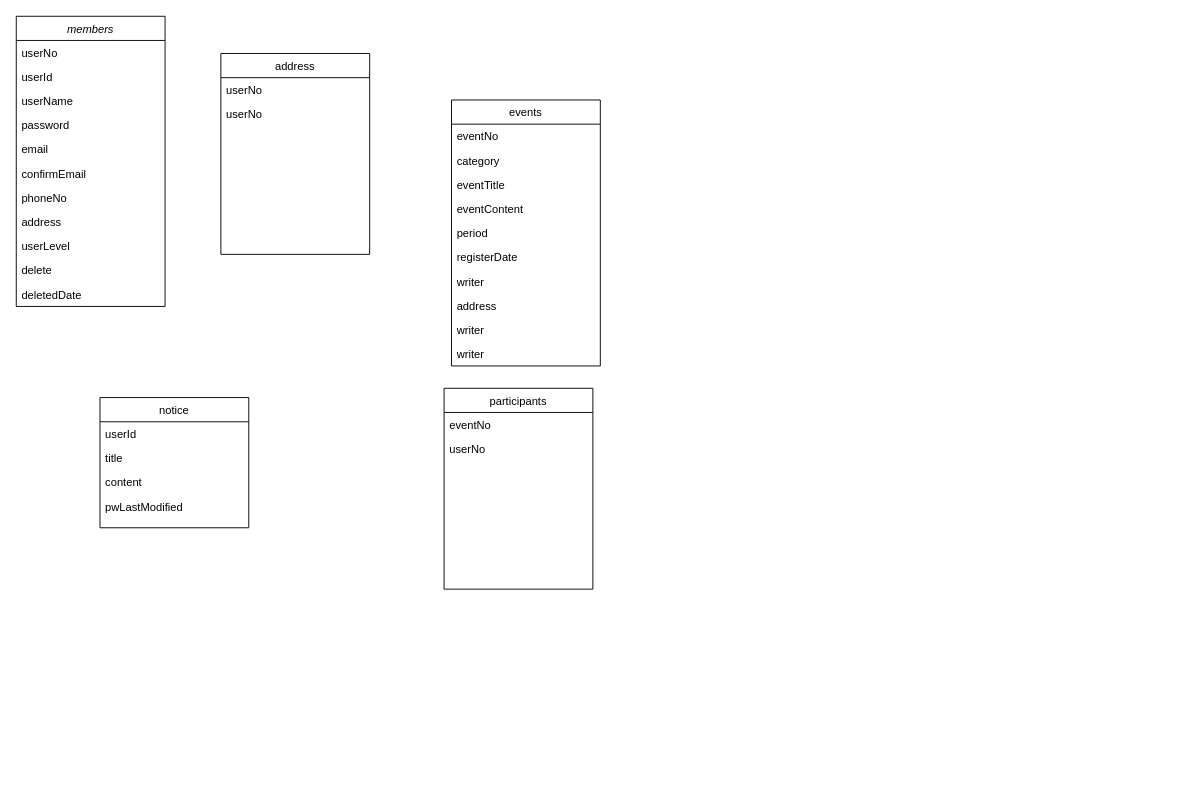
The draw.io diagram images/posts/Untitled Diagram.drawio in Yo0oN/Yo0oN.github.io, before the edit. Source tidied: cells renumbered, new cells numbered last; positions are measured from the earlier drawing's top-left corner, leaving out a move shared by most shapes. Both pictures are drawn from the tidied source at 93%, with x=0, y=0 at pixel (16, 16).
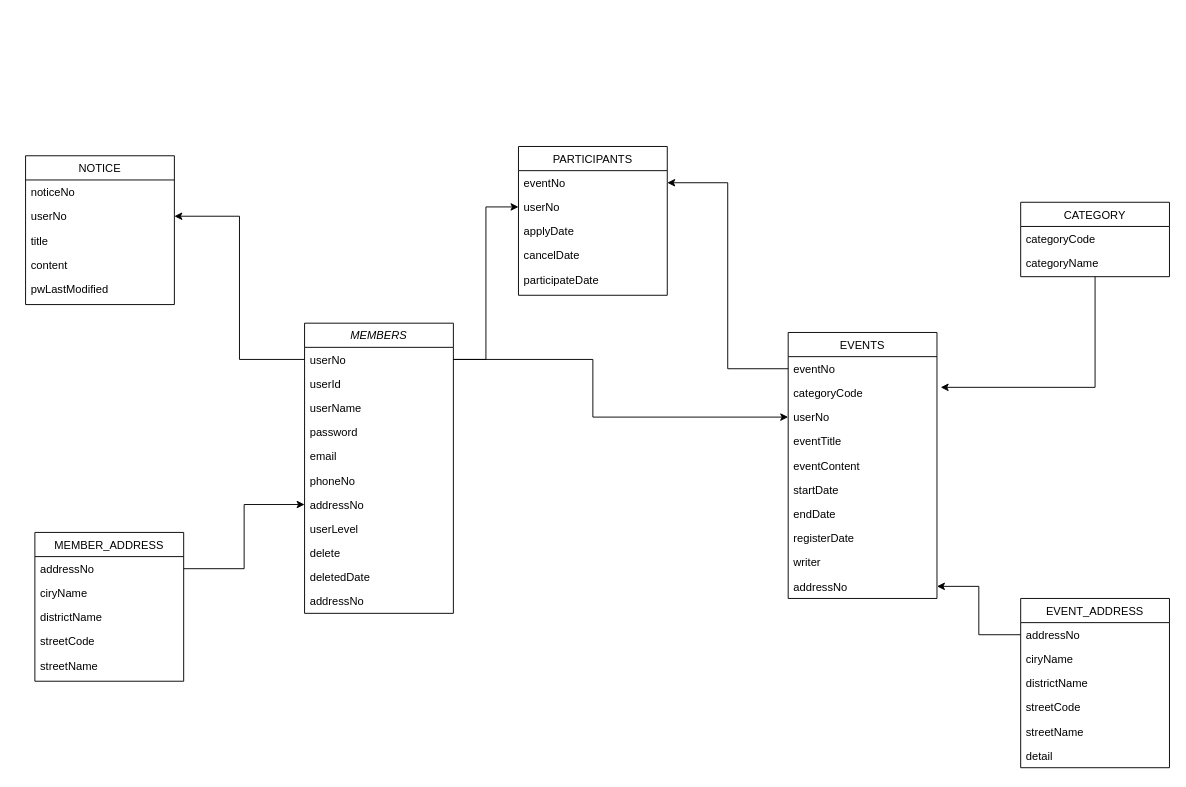
After the change.

The change refers to these unchanged cells:
```xml
<mxCell id="3" value="userNo" style="text;align=left;verticalAlign=top;spacingLeft=4;spacingRight=4;overflow=hidden;points=[[0,0.5],[1,0.5]];portConstraint=eastwest;whiteSpace=wrap;comic=0;" parent="2" vertex="1">
  <mxGeometry y="26" width="160" height="26" as="geometry" />
</mxCell>
<mxCell id="15" value="eventNo" style="text;align=left;verticalAlign=top;spacingLeft=4;spacingRight=4;overflow=hidden;points=[[0,0.5],[1,0.5]];portConstraint=eastwest;" parent="14" vertex="1">
  <mxGeometry y="26" width="160" height="26" as="geometry" />
</mxCell>
<mxCell id="31" value="eventNo" style="text;align=left;verticalAlign=top;spacingLeft=4;spacingRight=4;overflow=hidden;points=[[0,0.5],[1,0.5]];portConstraint=eastwest;" parent="30" vertex="1">
  <mxGeometry y="26" width="160" height="26" as="geometry" />
</mxCell>
<mxCell id="32" value="userNo" style="text;align=left;verticalAlign=top;spacingLeft=4;spacingRight=4;overflow=hidden;points=[[0,0.5],[1,0.5]];portConstraint=eastwest;shadow=0;html=0;" parent="30" vertex="1">
  <mxGeometry y="52" width="160" height="26" as="geometry" />
</mxCell>
```

Diff of the diagram source:
```diff
@@
-    <mxCell id="2" value="members" style="swimlane;fontStyle=2;align=center;verticalAlign=top;horizontal=1;startSize=26;shadow=0;strokeWidth=1;" parent="1" vertex="1">
-      <mxGeometry width="160" height="312" as="geometry" />
+    <mxCell id="2" value="MEMBERS" style="swimlane;fontStyle=2;align=center;verticalAlign=top;horizontal=1;startSize=26;shadow=0;strokeWidth=1;" parent="1" vertex="1">
+      <mxGeometry x="310" y="330" width="160" height="312" as="geometry" />
     </mxCell>
@@
-    <mxCell id="8" value="confirmEmail" style="text;align=left;verticalAlign=top;spacingLeft=4;spacingRight=4;overflow=hidden;shadow=0;html=0;" parent="2" vertex="1">
-      <mxGeometry y="156" width="160" height="26" as="geometry" />
-    </mxCell>
     <mxCell id="9" value="phoneNo" style="text;align=left;verticalAlign=top;spacingLeft=4;spacingRight=4;overflow=hidden;shadow=0;html=0;" parent="2" vertex="1">
-      <mxGeometry y="182" width="160" height="26" as="geometry" />
+      <mxGeometry y="156" width="160" height="26" as="geometry" />
     </mxCell>
-    <mxCell id="10" value="address" style="text;align=left;verticalAlign=top;spacingLeft=4;spacingRight=4;overflow=hidden;points=[[0,0.5],[1,0.5]];portConstraint=eastwest;shadow=0;html=0;" parent="2" vertex="1">
-      <mxGeometry y="208" width="160" height="26" as="geometry" />
+    <mxCell id="10" value="addressNo" style="text;align=left;verticalAlign=top;spacingLeft=4;spacingRight=4;overflow=hidden;points=[[0,0.5],[1,0.5]];portConstraint=eastwest;shadow=0;html=0;" parent="2" vertex="1">
+      <mxGeometry y="182" width="160" height="26" as="geometry" />
     </mxCell>
     <mxCell id="11" value="userLevel" style="text;align=left;verticalAlign=top;spacingLeft=4;spacingRight=4;overflow=hidden;shadow=0;html=0;" parent="2" vertex="1">
-      <mxGeometry y="234" width="160" height="26" as="geometry" />
+      <mxGeometry y="208" width="160" height="26" as="geometry" />
     </mxCell>
     <mxCell id="12" value="delete" style="text;align=left;verticalAlign=top;spacingLeft=4;spacingRight=4;overflow=hidden;shadow=0;html=0;" parent="2" vertex="1">
-      <mxGeometry y="260" width="160" height="26" as="geometry" />
+      <mxGeometry y="234" width="160" height="26" as="geometry" />
     </mxCell>
     <mxCell id="13" value="deletedDate" style="text;align=left;verticalAlign=top;spacingLeft=4;spacingRight=4;overflow=hidden;shadow=0;html=0;" parent="2" vertex="1">
-      <mxGeometry y="286" width="160" height="26" as="geometry" />
+      <mxGeometry y="260" width="160" height="26" as="geometry" />
     </mxCell>
+    <mxCell id="36" value="addressNo" style="text;align=left;verticalAlign=top;spacingLeft=4;spacingRight=4;overflow=hidden;" parent="2" vertex="1">
+      <mxGeometry y="286" width="160" height="26" as="geometry" />
+    </mxCell>
-    <mxCell id="14" value="events" style="swimlane;fontStyle=0;align=center;verticalAlign=top;horizontal=1;startSize=26;shadow=0;strokeWidth=1;" parent="1" vertex="1">
-      <mxGeometry x="468" y="90" width="160" height="286" as="geometry" />
+    <mxCell id="14" value="EVENTS" style="swimlane;fontStyle=0;align=center;verticalAlign=top;horizontal=1;startSize=26;shadow=0;strokeWidth=1;" parent="1" vertex="1">
+      <mxGeometry x="830" y="340" width="160" height="286" as="geometry" />
     </mxCell>
@@
-    <mxCell id="16" value="category" style="text;align=left;verticalAlign=top;spacingLeft=4;spacingRight=4;overflow=hidden;points=[[0,0.5],[1,0.5]];portConstraint=eastwest;" parent="14" vertex="1">
+    <mxCell id="16" value="categoryCode" style="text;align=left;verticalAlign=top;spacingLeft=4;spacingRight=4;overflow=hidden;points=[[0,0.5],[1,0.5]];portConstraint=eastwest;" parent="14" vertex="1">
       <mxGeometry y="52" width="160" height="26" as="geometry" />
     </mxCell>
+    <mxCell id="37" value="userNo" style="text;align=left;verticalAlign=top;spacingLeft=4;spacingRight=4;overflow=hidden;points=[[0,0.5],[1,0.5]];portConstraint=eastwest;" parent="14" vertex="1">
+      <mxGeometry y="78" width="160" height="26" as="geometry" />
+    </mxCell>
     <mxCell id="17" value="eventTitle" style="text;align=left;verticalAlign=top;spacingLeft=4;spacingRight=4;overflow=hidden;shadow=0;html=0;" parent="14" vertex="1">
-      <mxGeometry y="78" width="160" height="26" as="geometry" />
+      <mxGeometry y="104" width="160" height="26" as="geometry" />
     </mxCell>
     <mxCell id="18" value="eventContent" style="text;align=left;verticalAlign=top;spacingLeft=4;spacingRight=4;overflow=hidden;shadow=0;html=0;" parent="14" vertex="1">
-      <mxGeometry y="104" width="160" height="26" as="geometry" />
+      <mxGeometry y="130" width="160" height="26" as="geometry" />
     </mxCell>
-    <mxCell id="19" value="period" style="text;align=left;verticalAlign=top;spacingLeft=4;spacingRight=4;overflow=hidden;shadow=0;html=0;" parent="14" vertex="1">
-      <mxGeometry y="130" width="160" height="26" as="geometry" />
+    <mxCell id="19" value="startDate" style="text;align=left;verticalAlign=top;spacingLeft=4;spacingRight=4;overflow=hidden;shadow=0;html=0;" parent="14" vertex="1">
+      <mxGeometry y="156" width="160" height="26" as="geometry" />
     </mxCell>
+    <mxCell id="21" value="endDate" style="text;align=left;verticalAlign=top;spacingLeft=4;spacingRight=4;overflow=hidden;" parent="14" vertex="1">
+      <mxGeometry y="182" width="160" height="26" as="geometry" />
+    </mxCell>
     <mxCell id="20" value="registerDate" style="text;align=left;verticalAlign=top;spacingLeft=4;spacingRight=4;overflow=hidden;shadow=0;html=0;" parent="14" vertex="1">
-      <mxGeometry y="156" width="160" height="26" as="geometry" />
+      <mxGeometry y="208" width="160" height="26" as="geometry" />
     </mxCell>
-    <mxCell id="21" value="writer" style="text;align=left;verticalAlign=top;spacingLeft=4;spacingRight=4;overflow=hidden;" parent="14" vertex="1">
-      <mxGeometry y="182" width="160" height="26" as="geometry" />
-    </mxCell>
-    <mxCell id="22" value="address" style="text;align=left;verticalAlign=top;spacingLeft=4;spacingRight=4;overflow=hidden;" parent="14" vertex="1">
-      <mxGeometry y="208" width="160" height="26" as="geometry" />
+    <mxCell id="22" value="writer" style="text;align=left;verticalAlign=top;spacingLeft=4;spacingRight=4;overflow=hidden;" parent="14" vertex="1">
+      <mxGeometry y="234" width="160" height="26" as="geometry" />
     </mxCell>
-    <mxCell id="23" value="writer" style="text;align=left;verticalAlign=top;spacingLeft=4;spacingRight=4;overflow=hidden;points=[[0,0.5],[1,0.5]];portConstraint=eastwest;" parent="14" vertex="1">
-      <mxGeometry y="234" width="160" height="26" as="geometry" />
+    <mxCell id="23" value="addressNo" style="text;align=left;verticalAlign=top;spacingLeft=4;spacingRight=4;overflow=hidden;points=[[0,0.5],[1,0.5]];portConstraint=eastwest;" parent="14" vertex="1">
+      <mxGeometry y="260" width="160" height="26" as="geometry" />
     </mxCell>
-    <mxCell id="24" value="writer" style="text;align=left;verticalAlign=top;spacingLeft=4;spacingRight=4;overflow=hidden;" parent="14" vertex="1">
-      <mxGeometry y="260" width="160" height="26" as="geometry" />
-    </mxCell>
-    <mxCell id="25" value="notice" style="swimlane;fontStyle=0;align=center;verticalAlign=top;horizontal=1;startSize=26;shadow=0;strokeWidth=1;" parent="1" vertex="1">
-      <mxGeometry x="90" y="410" width="160" height="140" as="geometry" />
+    <mxCell id="25" value="NOTICE" style="swimlane;fontStyle=0;align=center;verticalAlign=top;horizontal=1;startSize=26;shadow=0;strokeWidth=1;" parent="1" vertex="1">
+      <mxGeometry x="10" y="150" width="160" height="160" as="geometry" />
     </mxCell>
+    <mxCell id="38" value="noticeNo" style="text;align=left;verticalAlign=top;spacingLeft=4;spacingRight=4;overflow=hidden;shadow=0;html=0;" parent="25" vertex="1">
+      <mxGeometry y="26" width="160" height="26" as="geometry" />
+    </mxCell>
-    <mxCell id="26" value="userId" style="text;align=left;verticalAlign=top;spacingLeft=4;spacingRight=4;overflow=hidden;points=[[0,0.5],[1,0.5]];portConstraint=eastwest;" parent="25" vertex="1">
-      <mxGeometry y="26" width="160" height="26" as="geometry" />
+    <mxCell id="26" value="userNo" style="text;align=left;verticalAlign=top;spacingLeft=4;spacingRight=4;overflow=hidden;points=[[0,0.5],[1,0.5]];portConstraint=eastwest;" parent="25" vertex="1">
+      <mxGeometry y="52" width="160" height="26" as="geometry" />
     </mxCell>
     <mxCell id="27" value="title" style="text;align=left;verticalAlign=top;spacingLeft=4;spacingRight=4;overflow=hidden;shadow=0;html=0;" parent="25" vertex="1">
-      <mxGeometry y="52" width="160" height="26" as="geometry" />
+      <mxGeometry y="78" width="160" height="26" as="geometry" />
     </mxCell>
     <mxCell id="28" value="content" style="text;align=left;verticalAlign=top;spacingLeft=4;spacingRight=4;overflow=hidden;shadow=0;html=0;" parent="25" vertex="1">
-      <mxGeometry y="78" width="160" height="26" as="geometry" />
+      <mxGeometry y="104" width="160" height="26" as="geometry" />
     </mxCell>
     <mxCell id="29" value="pwLastModified" style="text;align=left;verticalAlign=top;spacingLeft=4;spacingRight=4;overflow=hidden;shadow=0;html=0;" parent="25" vertex="1">
-      <mxGeometry y="104" width="160" height="26" as="geometry" />
+      <mxGeometry y="130" width="160" height="26" as="geometry" />
     </mxCell>
-    <mxCell id="30" value="participants" style="swimlane;fontStyle=0;align=center;verticalAlign=top;horizontal=1;startSize=26;shadow=0;strokeWidth=1;" parent="1" vertex="1">
-      <mxGeometry x="460" y="400" width="160" height="216" as="geometry" />
+    <mxCell id="30" value="PARTICIPANTS" style="swimlane;fontStyle=0;align=center;verticalAlign=top;horizontal=1;startSize=26;shadow=0;strokeWidth=1;" parent="1" vertex="1">
+      <mxGeometry x="540" y="140" width="160" height="160" as="geometry" />
     </mxCell>
@@
+    <mxCell id="39" value="applyDate" style="text;align=left;verticalAlign=top;spacingLeft=4;spacingRight=4;overflow=hidden;" parent="30" vertex="1">
+      <mxGeometry y="78" width="160" height="26" as="geometry" />
+    </mxCell>
+    <mxCell id="40" value="cancelDate" style="text;align=left;verticalAlign=top;spacingLeft=4;spacingRight=4;overflow=hidden;" parent="30" vertex="1">
+      <mxGeometry y="104" width="160" height="26" as="geometry" />
+    </mxCell>
+    <mxCell id="41" value="participateDate" style="text;align=left;verticalAlign=top;spacingLeft=4;spacingRight=4;overflow=hidden;" parent="30" vertex="1">
+      <mxGeometry y="130" width="160" height="26" as="geometry" />
+    </mxCell>
-    <mxCell id="33" value="address" style="swimlane;fontStyle=0;align=center;verticalAlign=top;horizontal=1;startSize=26;shadow=0;strokeWidth=1;" parent="1" vertex="1">
-      <mxGeometry x="220" y="40" width="160" height="216" as="geometry" />
+    <mxCell id="33" value="MEMBER_ADDRESS" style="swimlane;fontStyle=0;align=center;verticalAlign=top;horizontal=1;startSize=26;shadow=0;strokeWidth=1;" parent="1" vertex="1">
+      <mxGeometry x="20" y="555" width="160" height="160" as="geometry" />
     </mxCell>
-    <mxCell id="34" value="userNo" style="text;align=left;verticalAlign=top;spacingLeft=4;spacingRight=4;overflow=hidden;points=[[0,0.5],[1,0.5]];portConstraint=eastwest;" parent="33" vertex="1">
+    <mxCell id="34" value="addressNo" style="text;align=left;verticalAlign=top;spacingLeft=4;spacingRight=4;overflow=hidden;points=[[0,0.5],[1,0.5]];portConstraint=eastwest;" parent="33" vertex="1">
       <mxGeometry y="26" width="160" height="26" as="geometry" />
     </mxCell>
-    <mxCell id="35" value="userNo" style="text;align=left;verticalAlign=top;spacingLeft=4;spacingRight=4;overflow=hidden;shadow=0;html=0;" parent="33" vertex="1">
+    <mxCell id="35" value="ciryName" style="text;align=left;verticalAlign=top;spacingLeft=4;spacingRight=4;overflow=hidden;shadow=0;html=0;" parent="33" vertex="1">
       <mxGeometry y="52" width="160" height="26" as="geometry" />
     </mxCell>
+    <mxCell id="42" value="districtName" style="text;align=left;verticalAlign=top;spacingLeft=4;spacingRight=4;overflow=hidden;shadow=0;html=0;" parent="33" vertex="1">
+      <mxGeometry y="78" width="160" height="26" as="geometry" />
+    </mxCell>
+    <mxCell id="43" value="streetCode" style="text;align=left;verticalAlign=top;spacingLeft=4;spacingRight=4;overflow=hidden;shadow=0;html=0;" parent="33" vertex="1">
+      <mxGeometry y="104" width="160" height="26" as="geometry" />
+    </mxCell>
+    <mxCell id="44" value="streetName" style="text;align=left;verticalAlign=top;spacingLeft=4;spacingRight=4;overflow=hidden;shadow=0;html=0;" parent="33" vertex="1">
+      <mxGeometry y="130" width="160" height="26" as="geometry" />
+    </mxCell>
+    <mxCell id="45" value="EVENT_ADDRESS" style="swimlane;fontStyle=0;align=center;verticalAlign=top;horizontal=1;startSize=26;shadow=0;strokeWidth=1;" parent="1" vertex="1">
+      <mxGeometry x="1080" y="626" width="160" height="182" as="geometry" />
+    </mxCell>
+    <mxCell id="46" value="addressNo" style="text;align=left;verticalAlign=top;spacingLeft=4;spacingRight=4;overflow=hidden;points=[[0,0.5],[1,0.5]];portConstraint=eastwest;" parent="45" vertex="1">
+      <mxGeometry y="26" width="160" height="26" as="geometry" />
+    </mxCell>
+    <mxCell id="47" value="ciryName" style="text;align=left;verticalAlign=top;spacingLeft=4;spacingRight=4;overflow=hidden;shadow=0;html=0;" parent="45" vertex="1">
+      <mxGeometry y="52" width="160" height="26" as="geometry" />
+    </mxCell>
+    <mxCell id="48" value="districtName" style="text;align=left;verticalAlign=top;spacingLeft=4;spacingRight=4;overflow=hidden;shadow=0;html=0;" parent="45" vertex="1">
+      <mxGeometry y="78" width="160" height="26" as="geometry" />
+    </mxCell>
+    <mxCell id="49" value="streetCode" style="text;align=left;verticalAlign=top;spacingLeft=4;spacingRight=4;overflow=hidden;shadow=0;html=0;" parent="45" vertex="1">
+      <mxGeometry y="104" width="160" height="26" as="geometry" />
+    </mxCell>
+    <mxCell id="50" value="streetName" style="text;align=left;verticalAlign=top;spacingLeft=4;spacingRight=4;overflow=hidden;shadow=0;html=0;" parent="45" vertex="1">
+      <mxGeometry y="130" width="160" height="26" as="geometry" />
+    </mxCell>
+    <mxCell id="51" value="detail" style="text;align=left;verticalAlign=top;spacingLeft=4;spacingRight=4;overflow=hidden;shadow=0;html=0;" parent="45" vertex="1">
+      <mxGeometry y="156" width="160" height="26" as="geometry" />
+    </mxCell>
+    <mxCell id="52" style="edgeStyle=orthogonalEdgeStyle;rounded=0;jettySize=auto;html=1;entryX=1.025;entryY=0.269;entryDx=0;entryDy=0;entryPerimeter=0;" parent="1" edge="1" source="53" target="16">
+      <mxGeometry relative="1" as="geometry" />
+    </mxCell>
+    <mxCell id="53" value="CATEGORY" style="swimlane;fontStyle=0;align=center;verticalAlign=top;horizontal=1;startSize=26;shadow=0;strokeWidth=1;" parent="1" vertex="1">
+      <mxGeometry x="1080" y="200" width="160" height="80" as="geometry" />
+    </mxCell>
+    <mxCell id="54" value="categoryCode" style="text;align=left;verticalAlign=top;spacingLeft=4;spacingRight=4;overflow=hidden;" parent="53" vertex="1">
+      <mxGeometry y="26" width="160" height="26" as="geometry" />
+    </mxCell>
+    <mxCell id="55" value="categoryName" style="text;align=left;verticalAlign=top;spacingLeft=4;spacingRight=4;overflow=hidden;shadow=0;html=0;" parent="53" vertex="1">
+      <mxGeometry y="52" width="160" height="26" as="geometry" />
+    </mxCell>
+    <mxCell id="56" style="edgeStyle=orthogonalEdgeStyle;rounded=0;jettySize=auto;html=1;exitX=1;exitY=0.5;exitDx=0;exitDy=0;entryX=0;entryY=0.5;entryDx=0;entryDy=0;" parent="1" edge="1" source="34" target="10">
+      <mxGeometry relative="1" as="geometry" />
+    </mxCell>
+    <mxCell id="57" style="edgeStyle=orthogonalEdgeStyle;rounded=0;jettySize=auto;html=1;entryX=1;entryY=0.5;entryDx=0;entryDy=0;" parent="1" edge="1" source="3" target="26">
+      <mxGeometry relative="1" as="geometry" />
+    </mxCell>
+    <mxCell id="58" style="edgeStyle=orthogonalEdgeStyle;rounded=0;jettySize=auto;html=1;entryX=0;entryY=0.5;entryDx=0;entryDy=0;" parent="1" edge="1" source="3" target="37">
+      <mxGeometry relative="1" as="geometry">
+        <Array as="points">
+          <mxPoint x="620" y="369" />
+          <mxPoint x="620" y="431" />
+        </Array>
+      </mxGeometry>
+    </mxCell>
+    <mxCell id="59" style="edgeStyle=orthogonalEdgeStyle;rounded=0;jettySize=auto;html=1;entryX=1;entryY=0.5;entryDx=0;entryDy=0;" parent="1" edge="1" source="15" target="31">
+      <mxGeometry relative="1" as="geometry" />
+    </mxCell>
+    <mxCell id="60" style="edgeStyle=orthogonalEdgeStyle;rounded=0;jettySize=auto;html=1;exitX=1;exitY=0.5;exitDx=0;exitDy=0;entryX=0;entryY=0.5;entryDx=0;entryDy=0;" parent="1" edge="1" source="3" target="32">
+      <mxGeometry relative="1" as="geometry" />
+    </mxCell>
+    <mxCell id="61" style="edgeStyle=orthogonalEdgeStyle;rounded=0;jettySize=auto;html=1;entryX=1;entryY=0.5;entryDx=0;entryDy=0;" parent="1" edge="1" source="46" target="23">
+      <mxGeometry relative="1" as="geometry" />
+    </mxCell>
```
